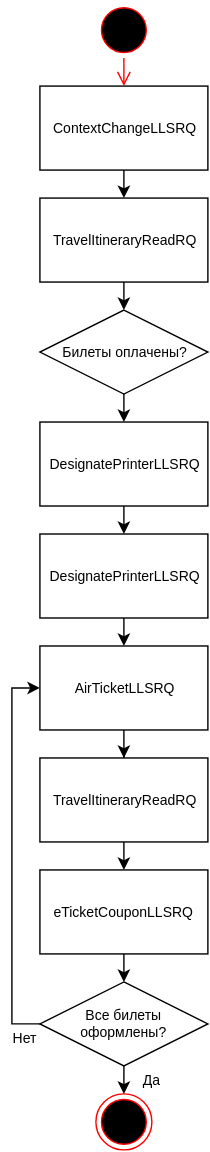
This is assets/svg/Issue Tickets/[RU]Issue Tickets[Instant]-2.svg from andreypolyak/sabre-apis-ru, a draw.io export, as it was before one commit. Source tidied: cells renumbered, new cells last; positions are measured from the earlier drawing's top-left corner, leaving out a move shared by most shapes. Source of this version:
```xml
<mxGraphModel background="#ffffff">
  <root>
    <mxCell id="0" />
    <mxCell id="1" parent="0" />
    <mxCell id="2" style="edgeStyle=orthogonalEdgeStyle;rounded=0;html=1;exitX=0.5;exitY=1;entryX=0.5;entryY=0;jettySize=auto;fontSize=10;" parent="1" edge="1" source="3" target="5">
      <mxGeometry x="380" y="1390" as="geometry" />
    </mxCell>
    <mxCell id="3" value="ContextChangeLLSRQ" style="whiteSpace=wrap;html=1;rounded=0;fontSize=10;" parent="1" vertex="1">
      <mxGeometry y="60" width="120" height="60" as="geometry" />
    </mxCell>
    <mxCell id="4" style="edgeStyle=orthogonalEdgeStyle;rounded=0;html=1;exitX=0.5;exitY=1;entryX=0.5;entryY=0;jettySize=auto;" parent="1" edge="1" source="5">
      <mxGeometry x="380" y="1470" as="geometry">
        <mxPoint x="60" y="220" as="targetPoint" />
      </mxGeometry>
    </mxCell>
    <mxCell id="5" value="TravelItineraryReadRQ" style="whiteSpace=wrap;html=1;rounded=0;fontSize=10;" parent="1" vertex="1">
      <mxGeometry y="140" width="120" height="60" as="geometry" />
    </mxCell>
    <mxCell id="6" style="edgeStyle=orthogonalEdgeStyle;rounded=0;html=1;exitX=0.5;exitY=1;entryX=0.5;entryY=0;jettySize=auto;fontSize=10;" parent="1" edge="1" source="7" target="9">
      <mxGeometry x="380" y="1630" as="geometry" />
    </mxCell>
    <mxCell id="7" value="DesignatePrinterLLSRQ" style="whiteSpace=wrap;html=1;rounded=0;fontSize=10;" parent="1" vertex="1">
      <mxGeometry y="300" width="120" height="60" as="geometry" />
    </mxCell>
    <mxCell id="8" style="edgeStyle=orthogonalEdgeStyle;rounded=0;html=1;exitX=0.5;exitY=1;entryX=0.5;entryY=0;jettySize=auto;fontSize=10;" parent="1" edge="1" source="9" target="11">
      <mxGeometry x="380" y="1710" as="geometry" />
    </mxCell>
    <mxCell id="9" value="DesignatePrinterLLSRQ" style="whiteSpace=wrap;html=1;rounded=0;fontSize=10;" parent="1" vertex="1">
      <mxGeometry y="380" width="120" height="60" as="geometry" />
    </mxCell>
    <mxCell id="10" style="edgeStyle=orthogonalEdgeStyle;rounded=0;html=1;exitX=0.5;exitY=1;jettySize=auto;fontSize=10;" parent="1" edge="1" source="11" target="13">
      <mxGeometry x="380" y="1790" as="geometry" />
    </mxCell>
    <mxCell id="11" value="AirTicketLLSRQ" style="whiteSpace=wrap;html=1;rounded=0;fontSize=10;" parent="1" vertex="1">
      <mxGeometry y="460" width="120" height="60" as="geometry" />
    </mxCell>
    <mxCell id="12" style="edgeStyle=orthogonalEdgeStyle;rounded=0;html=1;exitX=0.5;exitY=1;entryX=0.5;entryY=0;jettySize=auto;fontSize=10;" parent="1" edge="1" source="13" target="15">
      <mxGeometry x="380" y="1870" as="geometry" />
    </mxCell>
    <mxCell id="13" value="TravelItineraryReadRQ" style="whiteSpace=wrap;html=1;rounded=0;fontSize=10;" parent="1" vertex="1">
      <mxGeometry y="540" width="120" height="60" as="geometry" />
    </mxCell>
    <mxCell id="14" style="edgeStyle=orthogonalEdgeStyle;rounded=0;html=1;exitX=0.5;exitY=1;entryX=0.5;entryY=0;jettySize=auto;" parent="1" edge="1" source="15">
      <mxGeometry x="380" y="1950" as="geometry">
        <mxPoint x="60" y="700" as="targetPoint" />
      </mxGeometry>
    </mxCell>
    <mxCell id="15" value="eTicketCouponLLSRQ" style="whiteSpace=wrap;html=1;rounded=0;fontSize=10;" parent="1" vertex="1">
      <mxGeometry y="620" width="120" height="60" as="geometry" />
    </mxCell>
    <mxCell id="16" style="edgeStyle=orthogonalEdgeStyle;rounded=0;html=1;exitX=0.5;exitY=1;entryX=0.5;entryY=0;jettySize=auto;fontSize=10;" parent="1" edge="1" source="17" target="7">
      <mxGeometry x="380" y="1550" as="geometry" />
    </mxCell>
    <mxCell id="17" value="Билеты оплачены?" style="rhombus;whiteSpace=wrap;html=1;rounded=0;fontSize=10;" parent="1" vertex="1">
      <mxGeometry y="220" width="120" height="60" as="geometry" />
    </mxCell>
    <mxCell id="18" style="ellipse;html=1;shape=endState;fillColor=#000000;strokeColor=#ff0000;rounded=0;fontSize=10;align=center;" parent="1" vertex="1">
      <mxGeometry x="40" y="780" width="40" height="40" as="geometry" />
    </mxCell>
    <mxCell id="19" style="ellipse;html=1;shape=startState;fillColor=#000000;strokeColor=#ff0000;rounded=0;fontSize=10;align=center;" parent="1" vertex="1">
      <mxGeometry x="40" width="40" height="40" as="geometry" />
    </mxCell>
    <mxCell id="20" style="edgeStyle=orthogonalEdgeStyle;html=1;verticalAlign=bottom;endArrow=open;endSize=8;strokeColor=#ff0000;fontSize=10;" parent="1" edge="1" source="19">
      <mxGeometry x="380" y="1310" as="geometry">
        <mxPoint x="60" y="60" as="targetPoint" />
      </mxGeometry>
    </mxCell>
    <mxCell id="21" value="Нет" style="edgeStyle=orthogonalEdgeStyle;rounded=0;html=1;exitX=0;exitY=0.5;entryX=0;entryY=0.5;jettySize=auto;fontSize=10;" parent="1" edge="1" source="23" target="11">
      <mxGeometry as="geometry">
        <mxPoint x="-10" y="130" as="offset" />
      </mxGeometry>
    </mxCell>
    <mxCell id="22" value="Да" style="edgeStyle=orthogonalEdgeStyle;rounded=0;html=1;exitX=0.5;exitY=1;entryX=0.5;entryY=0;jettySize=auto;fontSize=10;" parent="1" edge="1" source="23" target="18">
      <mxGeometry as="geometry">
        <mxPoint x="20" as="offset" />
      </mxGeometry>
    </mxCell>
    <mxCell id="23" value="Все билеты оформлены?" style="rhombus;whiteSpace=wrap;html=1;rounded=0;fontSize=10;" parent="1" vertex="1">
      <mxGeometry y="700" width="120" height="60" as="geometry" />
    </mxCell>
  </root>
</mxGraphModel>
```
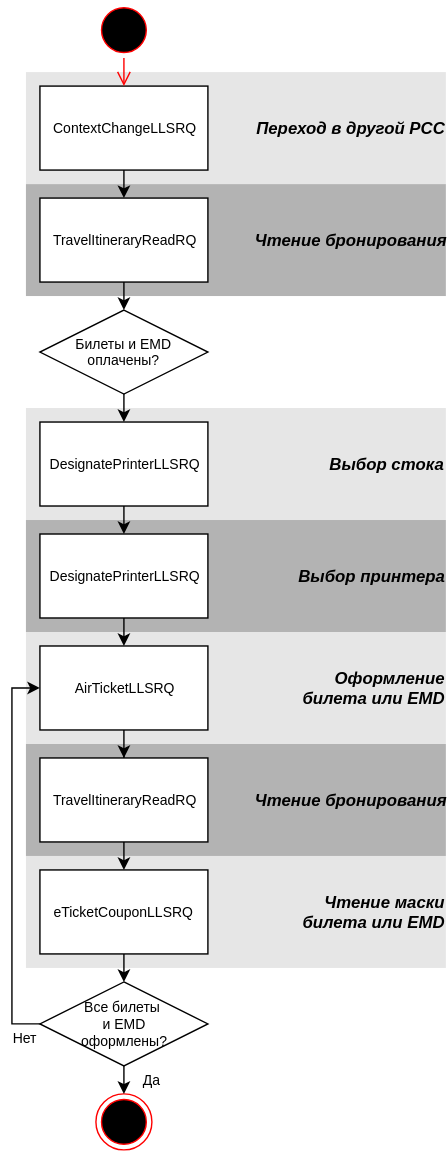
Above is the later version.

The edit, as a diff of the source:
```diff
@@ -2,6 +2,27 @@
   <root>
     <mxCell id="0" />
     <mxCell id="1" parent="0" />
+    <mxCell id="24" value="&lt;div style=&quot;text-align: right&quot;&gt;&lt;span&gt;&lt;b&gt;&lt;i&gt;&lt;font style=&quot;font-size: 12px&quot;&gt;Чтение маски&lt;/font&gt;&lt;/i&gt;&lt;/b&gt;&lt;/span&gt;&lt;/div&gt;&lt;div style=&quot;text-align: right&quot;&gt;&lt;span&gt;&lt;b&gt;&lt;i&gt;&lt;font style=&quot;font-size: 12px&quot;&gt;билета или EMD&lt;/font&gt;&lt;/i&gt;&lt;/b&gt;&lt;/span&gt;&lt;br&gt;&lt;/div&gt;" style="whiteSpace=wrap;html=1;fillColor=#E6E6E6;fontSize=10;strokeColor=none;align=right;gradientColor=none;" parent="1" vertex="1">
+      <mxGeometry x="-10" y="610" width="300" height="80" as="geometry" />
+    </mxCell>
+    <mxCell id="25" value="&lt;div style=&quot;text-align: right&quot;&gt;&lt;b&gt;&lt;i&gt;&lt;font style=&quot;font-size: 12px&quot;&gt;Чтение бронирования&lt;/font&gt;&lt;/i&gt;&lt;/b&gt;&lt;br&gt;&lt;/div&gt;" style="whiteSpace=wrap;html=1;fillColor=#B3B3B3;fontSize=10;strokeColor=none;align=right;gradientColor=none;" parent="1" vertex="1">
+      <mxGeometry x="-10" y="530" width="300" height="80" as="geometry" />
+    </mxCell>
+    <mxCell id="26" value="&lt;div style=&quot;text-align: right&quot;&gt;&lt;span&gt;&lt;b&gt;&lt;i&gt;&lt;font style=&quot;font-size: 12px&quot;&gt;Оформление&lt;/font&gt;&lt;/i&gt;&lt;/b&gt;&lt;/span&gt;&lt;/div&gt;&lt;div style=&quot;text-align: right&quot;&gt;&lt;span&gt;&lt;b&gt;&lt;i&gt;&lt;font style=&quot;font-size: 12px&quot;&gt;билета или EMD&lt;/font&gt;&lt;/i&gt;&lt;/b&gt;&lt;/span&gt;&lt;br&gt;&lt;/div&gt;" style="whiteSpace=wrap;html=1;fillColor=#E6E6E6;fontSize=10;strokeColor=none;align=right;gradientColor=none;" parent="1" vertex="1">
+      <mxGeometry x="-10" y="450" width="300" height="80" as="geometry" />
+    </mxCell>
+    <mxCell id="27" value="&lt;div style=&quot;text-align: right&quot;&gt;&lt;b&gt;&lt;i&gt;&lt;font style=&quot;font-size: 12px&quot;&gt;Выбор принтера&lt;/font&gt;&lt;/i&gt;&lt;/b&gt;&lt;br&gt;&lt;/div&gt;" style="whiteSpace=wrap;html=1;fillColor=#B3B3B3;fontSize=10;strokeColor=none;align=right;gradientColor=none;" parent="1" vertex="1">
+      <mxGeometry x="-10" y="370" width="300" height="80" as="geometry" />
+    </mxCell>
+    <mxCell id="28" value="&lt;div style=&quot;text-align: right&quot;&gt;&lt;b&gt;&lt;i&gt;&lt;font style=&quot;font-size: 12px&quot;&gt;Выбор стока&lt;/font&gt;&lt;/i&gt;&lt;/b&gt;&lt;br&gt;&lt;/div&gt;" style="whiteSpace=wrap;html=1;fillColor=#E6E6E6;fontSize=10;strokeColor=none;align=right;gradientColor=none;" parent="1" vertex="1">
+      <mxGeometry x="-10" y="290" width="300" height="80" as="geometry" />
+    </mxCell>
+    <mxCell id="29" value="&lt;div style=&quot;text-align: right&quot;&gt;&lt;b&gt;&lt;i&gt;&lt;font style=&quot;font-size: 12px&quot;&gt;Чтение бронирования&lt;/font&gt;&lt;/i&gt;&lt;/b&gt;&lt;br&gt;&lt;/div&gt;" style="whiteSpace=wrap;html=1;fillColor=#B3B3B3;fontSize=10;strokeColor=none;align=right;gradientColor=none;" parent="1" vertex="1">
+      <mxGeometry x="-10" y="130" width="300" height="80" as="geometry" />
+    </mxCell>
+    <mxCell id="30" value="&lt;div style=&quot;text-align: right&quot;&gt;&lt;span&gt;&lt;b&gt;&lt;i&gt;&lt;font style=&quot;font-size: 12px&quot;&gt;Переход в другой PCC&lt;/font&gt;&lt;/i&gt;&lt;/b&gt;&lt;/span&gt;&lt;br&gt;&lt;/div&gt;" style="whiteSpace=wrap;html=1;fillColor=#E6E6E6;fontSize=10;strokeColor=none;align=right;gradientColor=none;" parent="1" vertex="1">
+      <mxGeometry x="-10" y="50" width="300" height="80" as="geometry" />
+    </mxCell>
     <mxCell id="2" style="edgeStyle=orthogonalEdgeStyle;rounded=0;html=1;exitX=0.5;exitY=1;entryX=0.5;entryY=0;jettySize=auto;fontSize=10;" parent="1" edge="1" source="3" target="5">
       <mxGeometry x="380" y="1390" as="geometry" />
     </mxCell>
@@ -51,7 +72,7 @@
     <mxCell id="16" style="edgeStyle=orthogonalEdgeStyle;rounded=0;html=1;exitX=0.5;exitY=1;entryX=0.5;entryY=0;jettySize=auto;fontSize=10;" parent="1" edge="1" source="17" target="7">
       <mxGeometry x="380" y="1550" as="geometry" />
     </mxCell>
-    <mxCell id="17" value="Билеты оплачены?" style="rhombus;whiteSpace=wrap;html=1;rounded=0;fontSize=10;" parent="1" vertex="1">
+    <mxCell id="17" value="Билеты и EMD оплачены?" style="rhombus;whiteSpace=wrap;html=1;rounded=0;fontSize=10;" parent="1" vertex="1">
       <mxGeometry y="220" width="120" height="60" as="geometry" />
     </mxCell>
     <mxCell id="18" style="ellipse;html=1;shape=endState;fillColor=#000000;strokeColor=#ff0000;rounded=0;fontSize=10;align=center;" parent="1" vertex="1">
@@ -75,7 +96,7 @@
         <mxPoint x="20" as="offset" />
       </mxGeometry>
     </mxCell>
-    <mxCell id="23" value="Все билеты оформлены?" style="rhombus;whiteSpace=wrap;html=1;rounded=0;fontSize=10;" parent="1" vertex="1">
+    <mxCell id="23" value="Все билеты&amp;nbsp;&lt;div&gt;и EMD&lt;/div&gt;&lt;div&gt;оформлены?&lt;/div&gt;" style="rhombus;whiteSpace=wrap;html=1;rounded=0;fontSize=10;" parent="1" vertex="1">
       <mxGeometry y="700" width="120" height="60" as="geometry" />
     </mxCell>
   </root>
```
